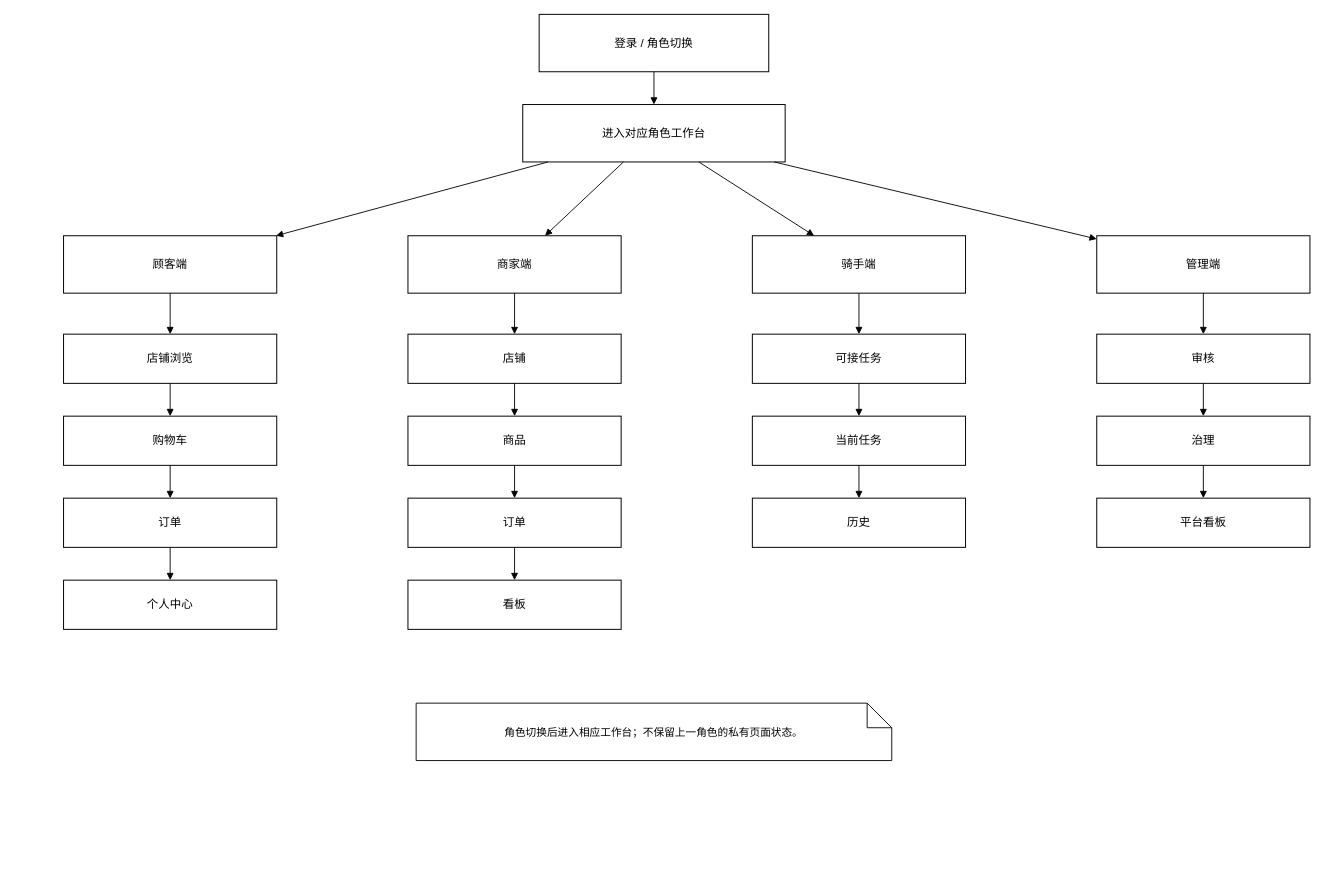
Earlier version of the draw.io diagram source/figures/srs/drawio/15-page-information-architecture.drawio (Fwlyii/lightweight-takeout-platform). Source tidied: cells renumbered, new cells numbered last; positions are measured from the earlier drawing's top-left corner, leaving out a move shared by most shapes. Both pictures are drawn from the tidied source at 82%, with x=0, y=0 at pixel (63, 14).
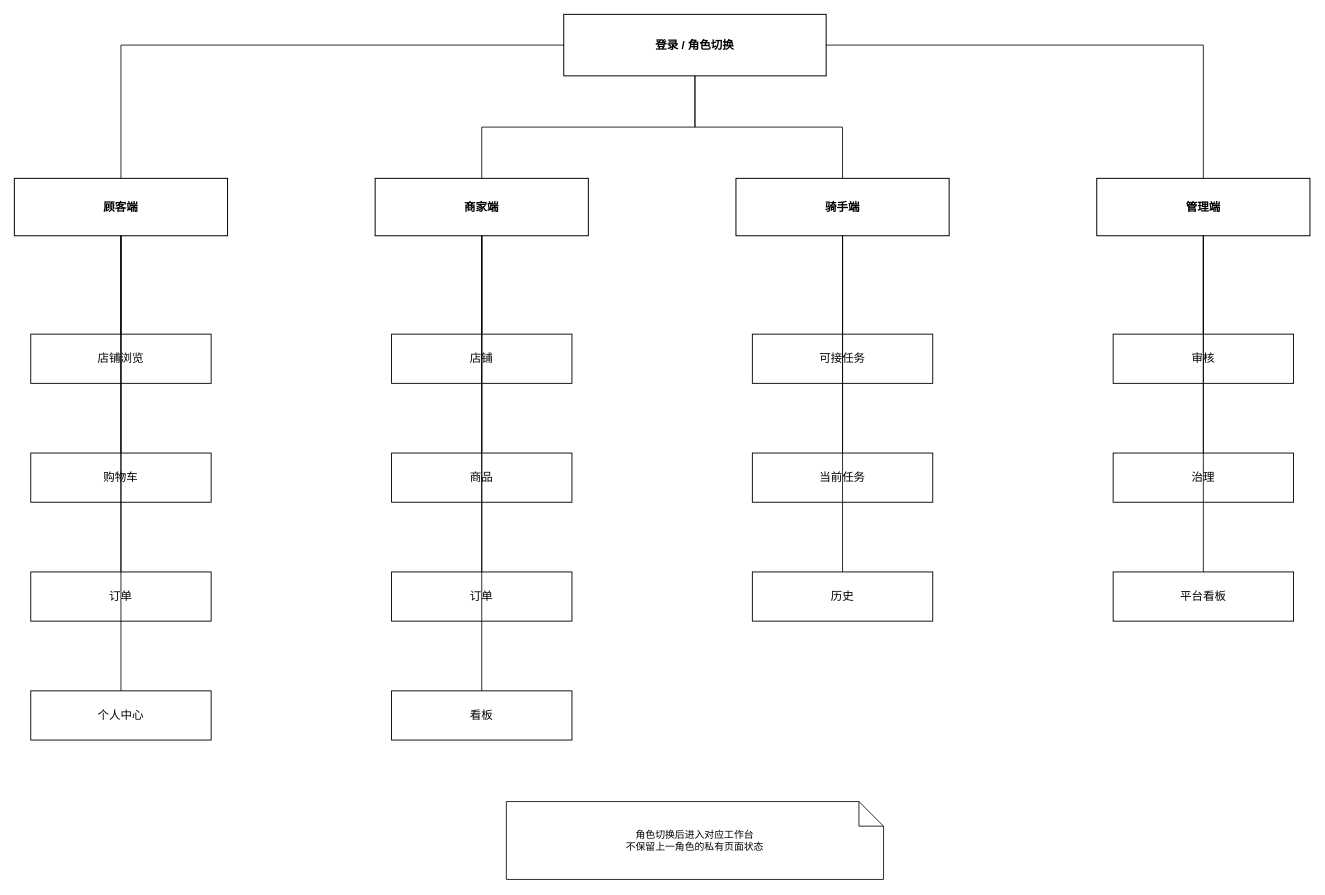
After the change.

Commit message:
refactor: rebuild page information architecture diagram

The edit, as a diff of the source:
```diff
@@
-    <mxCell id="2" value="登录 / 角色切换" style="rounded=0;whiteSpace=wrap;html=1;fontSize=14;strokeWidth=1.2;" parent="1" vertex="1">
-      <mxGeometry x="580" width="280" height="70" as="geometry" />
+    <mxCell id="2" value="登录 / 角色切换" style="rounded=0;whiteSpace=wrap;html=1;fontSize=14;fontStyle=1;strokeWidth=1.2;" parent="1" vertex="1">
+      <mxGeometry x="610" width="320" height="75" as="geometry" />
     </mxCell>
-    <mxCell id="3" value="进入对应角色工作台" style="rounded=0;whiteSpace=wrap;html=1;fontSize=14;strokeWidth=1.2;" parent="1" vertex="1">
-      <mxGeometry x="560" y="110" width="320" height="70" as="geometry" />
-    </mxCell>
-    <mxCell id="4" style="html=1;endArrow=block;endFill=1;startArrow=none;strokeWidth=1.1;" parent="1" edge="1" source="2" target="3">
-      <mxGeometry relative="1" as="geometry" />
-    </mxCell>
-    <mxCell id="5" value="顾客端" style="rounded=0;whiteSpace=wrap;html=1;fontSize=14;strokeWidth=1.2;" parent="1" vertex="1">
-      <mxGeometry y="270" width="260" height="70" as="geometry" />
+    <mxCell id="5" value="顾客端" style="rounded=0;whiteSpace=wrap;html=1;fontSize=14;fontStyle=1;strokeWidth=1.2;" parent="1" vertex="1">
+      <mxGeometry x="-60" y="200" width="260" height="70" as="geometry" />
     </mxCell>
-    <mxCell id="6" style="html=1;endArrow=block;endFill=1;startArrow=none;strokeWidth=1.1;" parent="1" edge="1" source="3" target="5">
-      <mxGeometry relative="1" as="geometry" />
-    </mxCell>
+    <mxCell id="42" style="edgeStyle=orthogonalEdgeStyle;html=1;rounded=0;endArrow=none;startArrow=none;strokeWidth=1.0;" parent="1" edge="1" source="2" target="5">
+      <mxGeometry relative="1" as="geometry" />
+    </mxCell>
-    <mxCell id="7" value="店铺浏览" style="rounded=0;whiteSpace=wrap;html=1;fontSize=14;strokeWidth=1.2;" parent="1" vertex="1">
-      <mxGeometry y="390" width="260" height="60" as="geometry" />
+    <mxCell id="7" value="店铺浏览" style="rounded=0;whiteSpace=wrap;html=1;fontSize=14;strokeWidth=1.1;" parent="1" vertex="1">
+      <mxGeometry x="-40" y="390" width="220" height="60" as="geometry" />
     </mxCell>
-    <mxCell id="8" style="html=1;endArrow=block;endFill=1;startArrow=none;strokeWidth=1.1;" parent="1" edge="1" source="5" target="7">
+    <mxCell id="8" style="edgeStyle=orthogonalEdgeStyle;html=1;rounded=0;endArrow=none;startArrow=none;strokeWidth=1.0;" parent="1" edge="1" source="5" target="7">
       <mxGeometry relative="1" as="geometry" />
     </mxCell>
-    <mxCell id="9" value="购物车" style="rounded=0;whiteSpace=wrap;html=1;fontSize=14;strokeWidth=1.2;" parent="1" vertex="1">
-      <mxGeometry y="490" width="260" height="60" as="geometry" />
+    <mxCell id="9" value="购物车" style="rounded=0;whiteSpace=wrap;html=1;fontSize=14;strokeWidth=1.1;" parent="1" vertex="1">
+      <mxGeometry x="-40" y="535" width="220" height="60" as="geometry" />
     </mxCell>
-    <mxCell id="10" style="html=1;endArrow=block;endFill=1;startArrow=none;strokeWidth=1.1;" parent="1" edge="1" source="7" target="9">
-      <mxGeometry relative="1" as="geometry" />
-    </mxCell>
-    <mxCell id="11" value="订单" style="rounded=0;whiteSpace=wrap;html=1;fontSize=14;strokeWidth=1.2;" parent="1" vertex="1">
-      <mxGeometry y="590" width="260" height="60" as="geometry" />
-    </mxCell>
-    <mxCell id="12" style="html=1;endArrow=block;endFill=1;startArrow=none;strokeWidth=1.1;" parent="1" edge="1" source="9" target="11">
-      <mxGeometry relative="1" as="geometry" />
-    </mxCell>
+    <mxCell id="43" style="edgeStyle=orthogonalEdgeStyle;html=1;rounded=0;endArrow=none;startArrow=none;strokeWidth=1.0;" parent="1" edge="1" source="5" target="9">
+      <mxGeometry relative="1" as="geometry" />
+    </mxCell>
+    <mxCell id="44" value="订单" style="rounded=0;whiteSpace=wrap;html=1;fontSize=14;strokeWidth=1.1;" parent="1" vertex="1">
+      <mxGeometry x="-40" y="680" width="220" height="60" as="geometry" />
+    </mxCell>
+    <mxCell id="45" style="edgeStyle=orthogonalEdgeStyle;html=1;rounded=0;endArrow=none;startArrow=none;strokeWidth=1.0;" parent="1" edge="1" source="5" target="44">
+      <mxGeometry relative="1" as="geometry" />
+    </mxCell>
-    <mxCell id="13" value="个人中心" style="rounded=0;whiteSpace=wrap;html=1;fontSize=14;strokeWidth=1.2;" parent="1" vertex="1">
-      <mxGeometry y="690" width="260" height="60" as="geometry" />
+    <mxCell id="13" value="个人中心" style="rounded=0;whiteSpace=wrap;html=1;fontSize=14;strokeWidth=1.1;" parent="1" vertex="1">
+      <mxGeometry x="-40" y="825" width="220" height="60" as="geometry" />
     </mxCell>
-    <mxCell id="14" style="html=1;endArrow=block;endFill=1;startArrow=none;strokeWidth=1.1;" parent="1" edge="1" source="11" target="13">
-      <mxGeometry relative="1" as="geometry" />
-    </mxCell>
+    <mxCell id="46" style="edgeStyle=orthogonalEdgeStyle;html=1;rounded=0;endArrow=none;startArrow=none;strokeWidth=1.0;" parent="1" edge="1" source="5" target="13">
+      <mxGeometry relative="1" as="geometry" />
+    </mxCell>
-    <mxCell id="15" value="商家端" style="rounded=0;whiteSpace=wrap;html=1;fontSize=14;strokeWidth=1.2;" parent="1" vertex="1">
-      <mxGeometry x="420" y="270" width="260" height="70" as="geometry" />
+    <mxCell id="15" value="商家端" style="rounded=0;whiteSpace=wrap;html=1;fontSize=14;fontStyle=1;strokeWidth=1.2;" parent="1" vertex="1">
+      <mxGeometry x="380" y="200" width="260" height="70" as="geometry" />
     </mxCell>
-    <mxCell id="16" style="html=1;endArrow=block;endFill=1;startArrow=none;strokeWidth=1.1;" parent="1" edge="1" source="3" target="15">
-      <mxGeometry relative="1" as="geometry" />
-    </mxCell>
+    <mxCell id="47" style="edgeStyle=orthogonalEdgeStyle;html=1;rounded=0;endArrow=none;startArrow=none;strokeWidth=1.0;" parent="1" edge="1" source="2" target="15">
+      <mxGeometry relative="1" as="geometry" />
+    </mxCell>
-    <mxCell id="17" value="店铺" style="rounded=0;whiteSpace=wrap;html=1;fontSize=14;strokeWidth=1.2;" parent="1" vertex="1">
-      <mxGeometry x="420" y="390" width="260" height="60" as="geometry" />
+    <mxCell id="17" value="店铺" style="rounded=0;whiteSpace=wrap;html=1;fontSize=14;strokeWidth=1.1;" parent="1" vertex="1">
+      <mxGeometry x="400" y="390" width="220" height="60" as="geometry" />
     </mxCell>
-    <mxCell id="18" style="html=1;endArrow=block;endFill=1;startArrow=none;strokeWidth=1.1;" parent="1" edge="1" source="15" target="17">
+    <mxCell id="18" style="edgeStyle=orthogonalEdgeStyle;html=1;rounded=0;endArrow=none;startArrow=none;strokeWidth=1.0;" parent="1" edge="1" source="15" target="17">
       <mxGeometry relative="1" as="geometry" />
     </mxCell>
-    <mxCell id="19" value="商品" style="rounded=0;whiteSpace=wrap;html=1;fontSize=14;strokeWidth=1.2;" parent="1" vertex="1">
-      <mxGeometry x="420" y="490" width="260" height="60" as="geometry" />
+    <mxCell id="19" value="商品" style="rounded=0;whiteSpace=wrap;html=1;fontSize=14;strokeWidth=1.1;" parent="1" vertex="1">
+      <mxGeometry x="400" y="535" width="220" height="60" as="geometry" />
     </mxCell>
-    <mxCell id="20" style="html=1;endArrow=block;endFill=1;startArrow=none;strokeWidth=1.1;" parent="1" edge="1" source="17" target="19">
-      <mxGeometry relative="1" as="geometry" />
-    </mxCell>
-    <mxCell id="21" value="订单" style="rounded=0;whiteSpace=wrap;html=1;fontSize=14;strokeWidth=1.2;" parent="1" vertex="1">
-      <mxGeometry x="420" y="590" width="260" height="60" as="geometry" />
-    </mxCell>
-    <mxCell id="22" style="html=1;endArrow=block;endFill=1;startArrow=none;strokeWidth=1.1;" parent="1" edge="1" source="19" target="21">
-      <mxGeometry relative="1" as="geometry" />
-    </mxCell>
+    <mxCell id="48" style="edgeStyle=orthogonalEdgeStyle;html=1;rounded=0;endArrow=none;startArrow=none;strokeWidth=1.0;" parent="1" edge="1" source="15" target="19">
+      <mxGeometry relative="1" as="geometry" />
+    </mxCell>
+    <mxCell id="49" value="订单" style="rounded=0;whiteSpace=wrap;html=1;fontSize=14;strokeWidth=1.1;" parent="1" vertex="1">
+      <mxGeometry x="400" y="680" width="220" height="60" as="geometry" />
+    </mxCell>
+    <mxCell id="50" style="edgeStyle=orthogonalEdgeStyle;html=1;rounded=0;endArrow=none;startArrow=none;strokeWidth=1.0;" parent="1" edge="1" source="15" target="49">
+      <mxGeometry relative="1" as="geometry" />
+    </mxCell>
-    <mxCell id="23" value="看板" style="rounded=0;whiteSpace=wrap;html=1;fontSize=14;strokeWidth=1.2;" parent="1" vertex="1">
-      <mxGeometry x="420" y="690" width="260" height="60" as="geometry" />
+    <mxCell id="23" value="看板" style="rounded=0;whiteSpace=wrap;html=1;fontSize=14;strokeWidth=1.1;" parent="1" vertex="1">
+      <mxGeometry x="400" y="825" width="220" height="60" as="geometry" />
     </mxCell>
-    <mxCell id="24" style="html=1;endArrow=block;endFill=1;startArrow=none;strokeWidth=1.1;" parent="1" edge="1" source="21" target="23">
-      <mxGeometry relative="1" as="geometry" />
-    </mxCell>
+    <mxCell id="51" style="edgeStyle=orthogonalEdgeStyle;html=1;rounded=0;endArrow=none;startArrow=none;strokeWidth=1.0;" parent="1" edge="1" source="15" target="23">
+      <mxGeometry relative="1" as="geometry" />
+    </mxCell>
-    <mxCell id="25" value="骑手端" style="rounded=0;whiteSpace=wrap;html=1;fontSize=14;strokeWidth=1.2;" parent="1" vertex="1">
-      <mxGeometry x="840" y="270" width="260" height="70" as="geometry" />
+    <mxCell id="25" value="骑手端" style="rounded=0;whiteSpace=wrap;html=1;fontSize=14;fontStyle=1;strokeWidth=1.2;" parent="1" vertex="1">
+      <mxGeometry x="820" y="200" width="260" height="70" as="geometry" />
     </mxCell>
-    <mxCell id="26" style="html=1;endArrow=block;endFill=1;startArrow=none;strokeWidth=1.1;" parent="1" edge="1" source="3" target="25">
-      <mxGeometry relative="1" as="geometry" />
-    </mxCell>
+    <mxCell id="52" style="edgeStyle=orthogonalEdgeStyle;html=1;rounded=0;endArrow=none;startArrow=none;strokeWidth=1.0;" parent="1" edge="1" source="2" target="25">
+      <mxGeometry relative="1" as="geometry" />
+    </mxCell>
-    <mxCell id="27" value="可接任务" style="rounded=0;whiteSpace=wrap;html=1;fontSize=14;strokeWidth=1.2;" parent="1" vertex="1">
-      <mxGeometry x="840" y="390" width="260" height="60" as="geometry" />
+    <mxCell id="27" value="可接任务" style="rounded=0;whiteSpace=wrap;html=1;fontSize=14;strokeWidth=1.1;" parent="1" vertex="1">
+      <mxGeometry x="840" y="390" width="220" height="60" as="geometry" />
     </mxCell>
-    <mxCell id="28" style="html=1;endArrow=block;endFill=1;startArrow=none;strokeWidth=1.1;" parent="1" edge="1" source="25" target="27">
+    <mxCell id="28" style="edgeStyle=orthogonalEdgeStyle;html=1;rounded=0;endArrow=none;startArrow=none;strokeWidth=1.0;" parent="1" edge="1" source="25" target="27">
       <mxGeometry relative="1" as="geometry" />
     </mxCell>
-    <mxCell id="29" value="当前任务" style="rounded=0;whiteSpace=wrap;html=1;fontSize=14;strokeWidth=1.2;" parent="1" vertex="1">
-      <mxGeometry x="840" y="490" width="260" height="60" as="geometry" />
+    <mxCell id="29" value="当前任务" style="rounded=0;whiteSpace=wrap;html=1;fontSize=14;strokeWidth=1.1;" parent="1" vertex="1">
+      <mxGeometry x="840" y="535" width="220" height="60" as="geometry" />
     </mxCell>
-    <mxCell id="30" style="html=1;endArrow=block;endFill=1;startArrow=none;strokeWidth=1.1;" parent="1" edge="1" source="27" target="29">
-      <mxGeometry relative="1" as="geometry" />
-    </mxCell>
+    <mxCell id="53" style="edgeStyle=orthogonalEdgeStyle;html=1;rounded=0;endArrow=none;startArrow=none;strokeWidth=1.0;" parent="1" edge="1" source="25" target="29">
+      <mxGeometry relative="1" as="geometry" />
+    </mxCell>
-    <mxCell id="31" value="历史" style="rounded=0;whiteSpace=wrap;html=1;fontSize=14;strokeWidth=1.2;" parent="1" vertex="1">
-      <mxGeometry x="840" y="590" width="260" height="60" as="geometry" />
+    <mxCell id="31" value="历史" style="rounded=0;whiteSpace=wrap;html=1;fontSize=14;strokeWidth=1.1;" parent="1" vertex="1">
+      <mxGeometry x="840" y="680" width="220" height="60" as="geometry" />
     </mxCell>
-    <mxCell id="32" style="html=1;endArrow=block;endFill=1;startArrow=none;strokeWidth=1.1;" parent="1" edge="1" source="29" target="31">
-      <mxGeometry relative="1" as="geometry" />
-    </mxCell>
+    <mxCell id="54" style="edgeStyle=orthogonalEdgeStyle;html=1;rounded=0;endArrow=none;startArrow=none;strokeWidth=1.0;" parent="1" edge="1" source="25" target="31">
+      <mxGeometry relative="1" as="geometry" />
+    </mxCell>
-    <mxCell id="33" value="管理端" style="rounded=0;whiteSpace=wrap;html=1;fontSize=14;strokeWidth=1.2;" parent="1" vertex="1">
-      <mxGeometry x="1260" y="270" width="260" height="70" as="geometry" />
+    <mxCell id="33" value="管理端" style="rounded=0;whiteSpace=wrap;html=1;fontSize=14;fontStyle=1;strokeWidth=1.2;" parent="1" vertex="1">
+      <mxGeometry x="1260" y="200" width="260" height="70" as="geometry" />
     </mxCell>
-    <mxCell id="34" style="html=1;endArrow=block;endFill=1;startArrow=none;strokeWidth=1.1;" parent="1" edge="1" source="3" target="33">
-      <mxGeometry relative="1" as="geometry" />
-    </mxCell>
+    <mxCell id="55" style="edgeStyle=orthogonalEdgeStyle;html=1;rounded=0;endArrow=none;startArrow=none;strokeWidth=1.0;" parent="1" edge="1" source="2" target="33">
+      <mxGeometry relative="1" as="geometry" />
+    </mxCell>
-    <mxCell id="35" value="审核" style="rounded=0;whiteSpace=wrap;html=1;fontSize=14;strokeWidth=1.2;" parent="1" vertex="1">
-      <mxGeometry x="1260" y="390" width="260" height="60" as="geometry" />
+    <mxCell id="35" value="审核" style="rounded=0;whiteSpace=wrap;html=1;fontSize=14;strokeWidth=1.1;" parent="1" vertex="1">
+      <mxGeometry x="1280" y="390" width="220" height="60" as="geometry" />
     </mxCell>
-    <mxCell id="36" style="html=1;endArrow=block;endFill=1;startArrow=none;strokeWidth=1.1;" parent="1" edge="1" source="33" target="35">
+    <mxCell id="36" style="edgeStyle=orthogonalEdgeStyle;html=1;rounded=0;endArrow=none;startArrow=none;strokeWidth=1.0;" parent="1" edge="1" source="33" target="35">
       <mxGeometry relative="1" as="geometry" />
     </mxCell>
-    <mxCell id="37" value="治理" style="rounded=0;whiteSpace=wrap;html=1;fontSize=14;strokeWidth=1.2;" parent="1" vertex="1">
-      <mxGeometry x="1260" y="490" width="260" height="60" as="geometry" />
+    <mxCell id="37" value="治理" style="rounded=0;whiteSpace=wrap;html=1;fontSize=14;strokeWidth=1.1;" parent="1" vertex="1">
+      <mxGeometry x="1280" y="535" width="220" height="60" as="geometry" />
     </mxCell>
-    <mxCell id="38" style="html=1;endArrow=block;endFill=1;startArrow=none;strokeWidth=1.1;" parent="1" edge="1" source="35" target="37">
-      <mxGeometry relative="1" as="geometry" />
-    </mxCell>
+    <mxCell id="56" style="edgeStyle=orthogonalEdgeStyle;html=1;rounded=0;endArrow=none;startArrow=none;strokeWidth=1.0;" parent="1" edge="1" source="33" target="37">
+      <mxGeometry relative="1" as="geometry" />
+    </mxCell>
-    <mxCell id="39" value="平台看板" style="rounded=0;whiteSpace=wrap;html=1;fontSize=14;strokeWidth=1.2;" parent="1" vertex="1">
-      <mxGeometry x="1260" y="590" width="260" height="60" as="geometry" />
+    <mxCell id="39" value="平台看板" style="rounded=0;whiteSpace=wrap;html=1;fontSize=14;strokeWidth=1.1;" parent="1" vertex="1">
+      <mxGeometry x="1280" y="680" width="220" height="60" as="geometry" />
     </mxCell>
-    <mxCell id="40" style="html=1;endArrow=block;endFill=1;startArrow=none;strokeWidth=1.1;" parent="1" edge="1" source="37" target="39">
-      <mxGeometry relative="1" as="geometry" />
-    </mxCell>
-    <mxCell id="41" value="角色切换后进入相应工作台；不保留上一角色的私有页面状态。" style="shape=note;whiteSpace=wrap;html=1;fontSize=13;strokeWidth=1.1;" parent="1" vertex="1">
-      <mxGeometry x="430" y="840" width="580" height="70" as="geometry" />
-    </mxCell>
+    <mxCell id="57" style="edgeStyle=orthogonalEdgeStyle;html=1;rounded=0;endArrow=none;startArrow=none;strokeWidth=1.0;" parent="1" edge="1" source="33" target="39">
+      <mxGeometry relative="1" as="geometry" />
+    </mxCell>
+    <mxCell id="58" value="角色切换后进入对应工作台&#10;不保留上一角色的私有页面状态" style="shape=note;whiteSpace=wrap;html=1;fontSize=12;strokeWidth=1.0;" parent="1" vertex="1">
+      <mxGeometry x="540" y="960" width="460" height="95" as="geometry" />
+    </mxCell>
```
